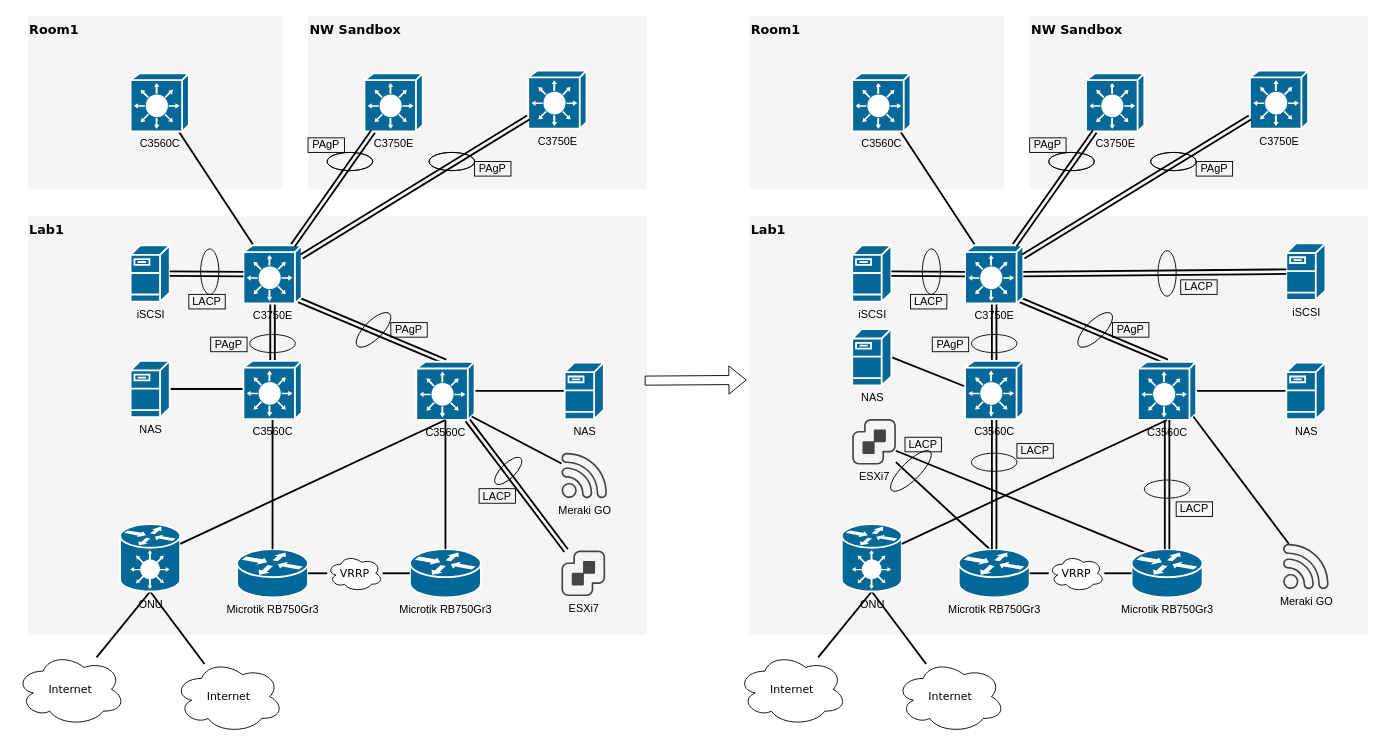
Above: HomeNetwork_plan1.drawio in hirofumihida/drowio-home (draw.io), before the change. Source tidied: cells renumbered, new cells numbered last; positions are measured from the earlier drawing's top-left corner, leaving out a move shared by most shapes. Both pictures are drawn from the tidied source at 91%, with x=0, y=0 at pixel (15, 15).
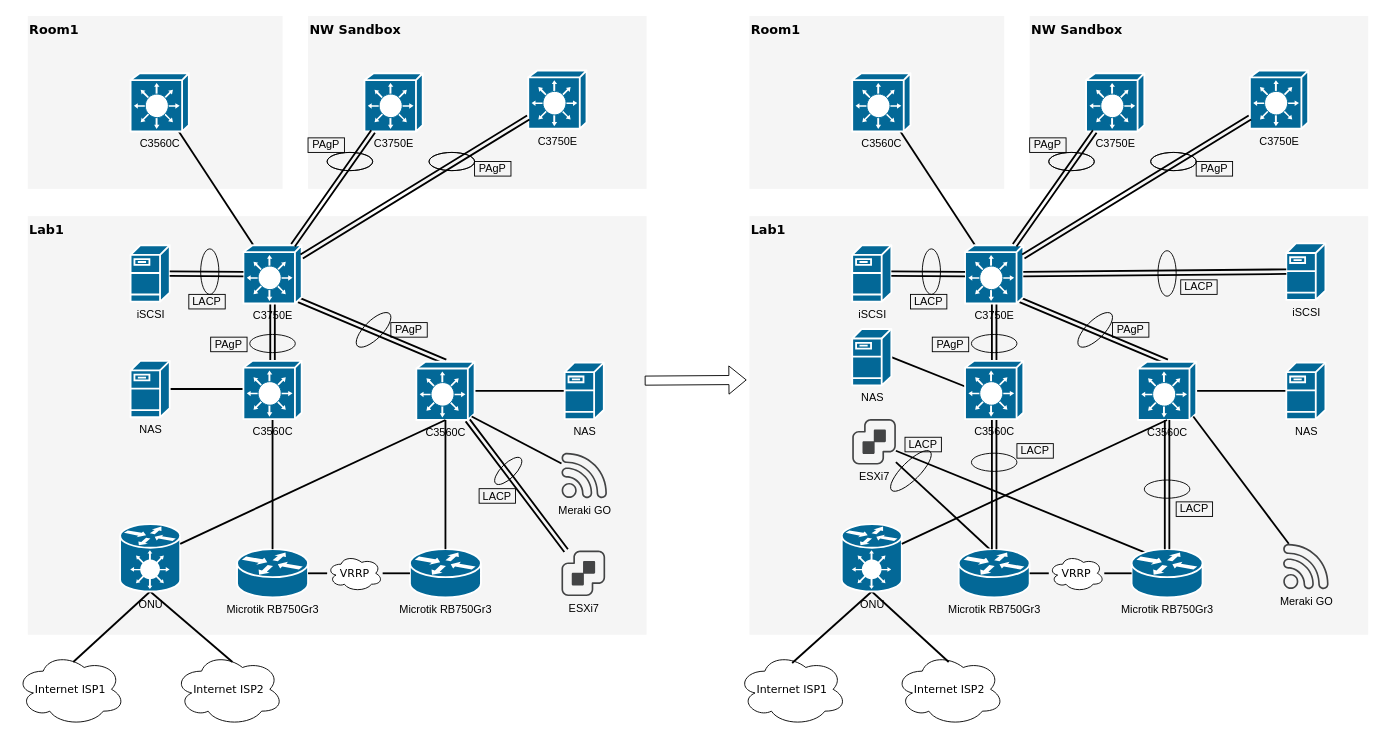
Above is the later version.

Commit message (it also covers changes not shown here):
HomeNetwork_plan1.drawio を更新します

Unchanged cells that the change refers to:
```xml
<mxCell id="49" value="ONU" style="shape=mxgraph.cisco.hubs_and_gateways.generic_gateway;sketch=0;html=1;dashed=0;fillColor=#036897;strokeColor=#ffffff;strokeWidth=2;verticalLabelPosition=bottom;verticalAlign=top;align=center;outlineConnect=0;" parent="1" vertex="1">
  <mxGeometry x="114.5" y="558.5" width="66" height="74" as="geometry" />
</mxCell>
<mxCell id="109" value="ONU" style="shape=mxgraph.cisco.hubs_and_gateways.generic_gateway;sketch=0;html=1;dashed=0;fillColor=#036897;strokeColor=#ffffff;strokeWidth=2;verticalLabelPosition=bottom;verticalAlign=top;align=center;outlineConnect=0;" parent="1" vertex="1">
  <mxGeometry x="907.5" y="558.5" width="66" height="74" as="geometry" />
</mxCell>
```

The edit, as a diff of the source:
```diff
@@
-    <mxCell id="11" value="Internet" style="ellipse;shape=cloud;whiteSpace=wrap;html=1;rounded=0;shadow=0;comic=0;strokeWidth=1;fontFamily=Verdana;fontSize=12;" parent="1" vertex="1">
-      <mxGeometry x="174" y="708" width="120" height="80" as="geometry" />
+    <mxCell id="11" value="Internet ISP2" style="ellipse;shape=cloud;whiteSpace=wrap;html=1;rounded=0;shadow=0;comic=0;strokeWidth=1;fontFamily=Verdana;fontSize=12;" parent="1" vertex="1">
+      <mxGeometry x="174" y="700" width="120" height="80" as="geometry" />
     </mxCell>
@@
-    <mxCell id="13" style="edgeStyle=none;html=1;labelBackgroundColor=none;startFill=0;endArrow=none;endFill=0;strokeWidth=2;fontFamily=Verdana;fontSize=12;exitX=0.5;exitY=1;exitDx=0;exitDy=0;exitPerimeter=0;" parent="1" edge="1" source="49" target="11">
+    <mxCell id="13" style="edgeStyle=none;html=1;labelBackgroundColor=none;startFill=0;endArrow=none;endFill=0;strokeWidth=2;fontFamily=Verdana;fontSize=12;exitX=0.5;exitY=1;exitDx=0;exitDy=0;exitPerimeter=0;entryX=0.533;entryY=0.125;entryDx=0;entryDy=0;entryPerimeter=0;" parent="1" edge="1" source="49" target="11">
       <mxGeometry relative="1" as="geometry" />
     </mxCell>
@@
-    <mxCell id="15" value="Internet" style="ellipse;shape=cloud;whiteSpace=wrap;html=1;rounded=0;shadow=0;comic=0;strokeWidth=1;fontFamily=Verdana;fontSize=12;" parent="1" vertex="1">
+    <mxCell id="15" value="Internet ISP1" style="ellipse;shape=cloud;whiteSpace=wrap;html=1;rounded=0;shadow=0;comic=0;strokeWidth=1;fontFamily=Verdana;fontSize=12;" parent="1" vertex="1">
       <mxGeometry y="700" width="120" height="80" as="geometry" />
     </mxCell>
-    <mxCell id="16" style="edgeStyle=none;html=1;labelBackgroundColor=none;startFill=0;endArrow=none;endFill=0;strokeWidth=2;fontFamily=Verdana;fontSize=12;exitX=0.5;exitY=1;exitDx=0;exitDy=0;exitPerimeter=0;" parent="1" edge="1" source="49" target="15">
+    <mxCell id="16" style="edgeStyle=none;html=1;labelBackgroundColor=none;startFill=0;endArrow=none;endFill=0;strokeWidth=2;fontFamily=Verdana;fontSize=12;exitX=0.5;exitY=1;exitDx=0;exitDy=0;exitPerimeter=0;entryX=0.525;entryY=0.125;entryDx=0;entryDy=0;entryPerimeter=0;" parent="1" edge="1" source="49" target="15">
       <mxGeometry relative="1" as="geometry" />
     </mxCell>
@@
-    <mxCell id="64" value="Internet" style="ellipse;shape=cloud;whiteSpace=wrap;html=1;rounded=0;shadow=0;comic=0;strokeWidth=1;fontFamily=Verdana;fontSize=12;" parent="1" vertex="1">
-      <mxGeometry x="967" y="708" width="120" height="80" as="geometry" />
+    <mxCell id="64" value="Internet ISP2" style="ellipse;shape=cloud;whiteSpace=wrap;html=1;rounded=0;shadow=0;comic=0;strokeWidth=1;fontFamily=Verdana;fontSize=12;" parent="1" vertex="1">
+      <mxGeometry x="966" y="700" width="120" height="80" as="geometry" />
     </mxCell>
@@
-    <mxCell id="66" style="edgeStyle=none;html=1;labelBackgroundColor=none;startFill=0;endArrow=none;endFill=0;strokeWidth=2;fontFamily=Verdana;fontSize=12;exitX=0.5;exitY=1;exitDx=0;exitDy=0;exitPerimeter=0;" parent="1" edge="1" source="109" target="64">
+    <mxCell id="66" style="edgeStyle=none;html=1;labelBackgroundColor=none;startFill=0;endArrow=none;endFill=0;strokeWidth=2;fontFamily=Verdana;fontSize=12;exitX=0.5;exitY=1;exitDx=0;exitDy=0;exitPerimeter=0;entryX=0.492;entryY=0.125;entryDx=0;entryDy=0;entryPerimeter=0;" parent="1" edge="1" source="109" target="64">
       <mxGeometry relative="1" as="geometry" />
     </mxCell>
@@
-    <mxCell id="68" value="Internet" style="ellipse;shape=cloud;whiteSpace=wrap;html=1;rounded=0;shadow=0;comic=0;strokeWidth=1;fontFamily=Verdana;fontSize=12;" parent="1" vertex="1">
+    <mxCell id="68" value="Internet ISP1" style="ellipse;shape=cloud;whiteSpace=wrap;html=1;rounded=0;shadow=0;comic=0;strokeWidth=1;fontFamily=Verdana;fontSize=12;" parent="1" vertex="1">
       <mxGeometry x="793" y="700" width="120" height="80" as="geometry" />
     </mxCell>
-    <mxCell id="69" style="edgeStyle=none;html=1;labelBackgroundColor=none;startFill=0;endArrow=none;endFill=0;strokeWidth=2;fontFamily=Verdana;fontSize=12;exitX=0.5;exitY=1;exitDx=0;exitDy=0;exitPerimeter=0;" parent="1" edge="1" source="109" target="68">
+    <mxCell id="69" style="edgeStyle=none;html=1;labelBackgroundColor=none;startFill=0;endArrow=none;endFill=0;strokeWidth=2;fontFamily=Verdana;fontSize=12;exitX=0.5;exitY=1;exitDx=0;exitDy=0;exitPerimeter=0;entryX=0.5;entryY=0.138;entryDx=0;entryDy=0;entryPerimeter=0;" parent="1" edge="1" source="109" target="68">
       <mxGeometry relative="1" as="geometry" />
     </mxCell>
```
